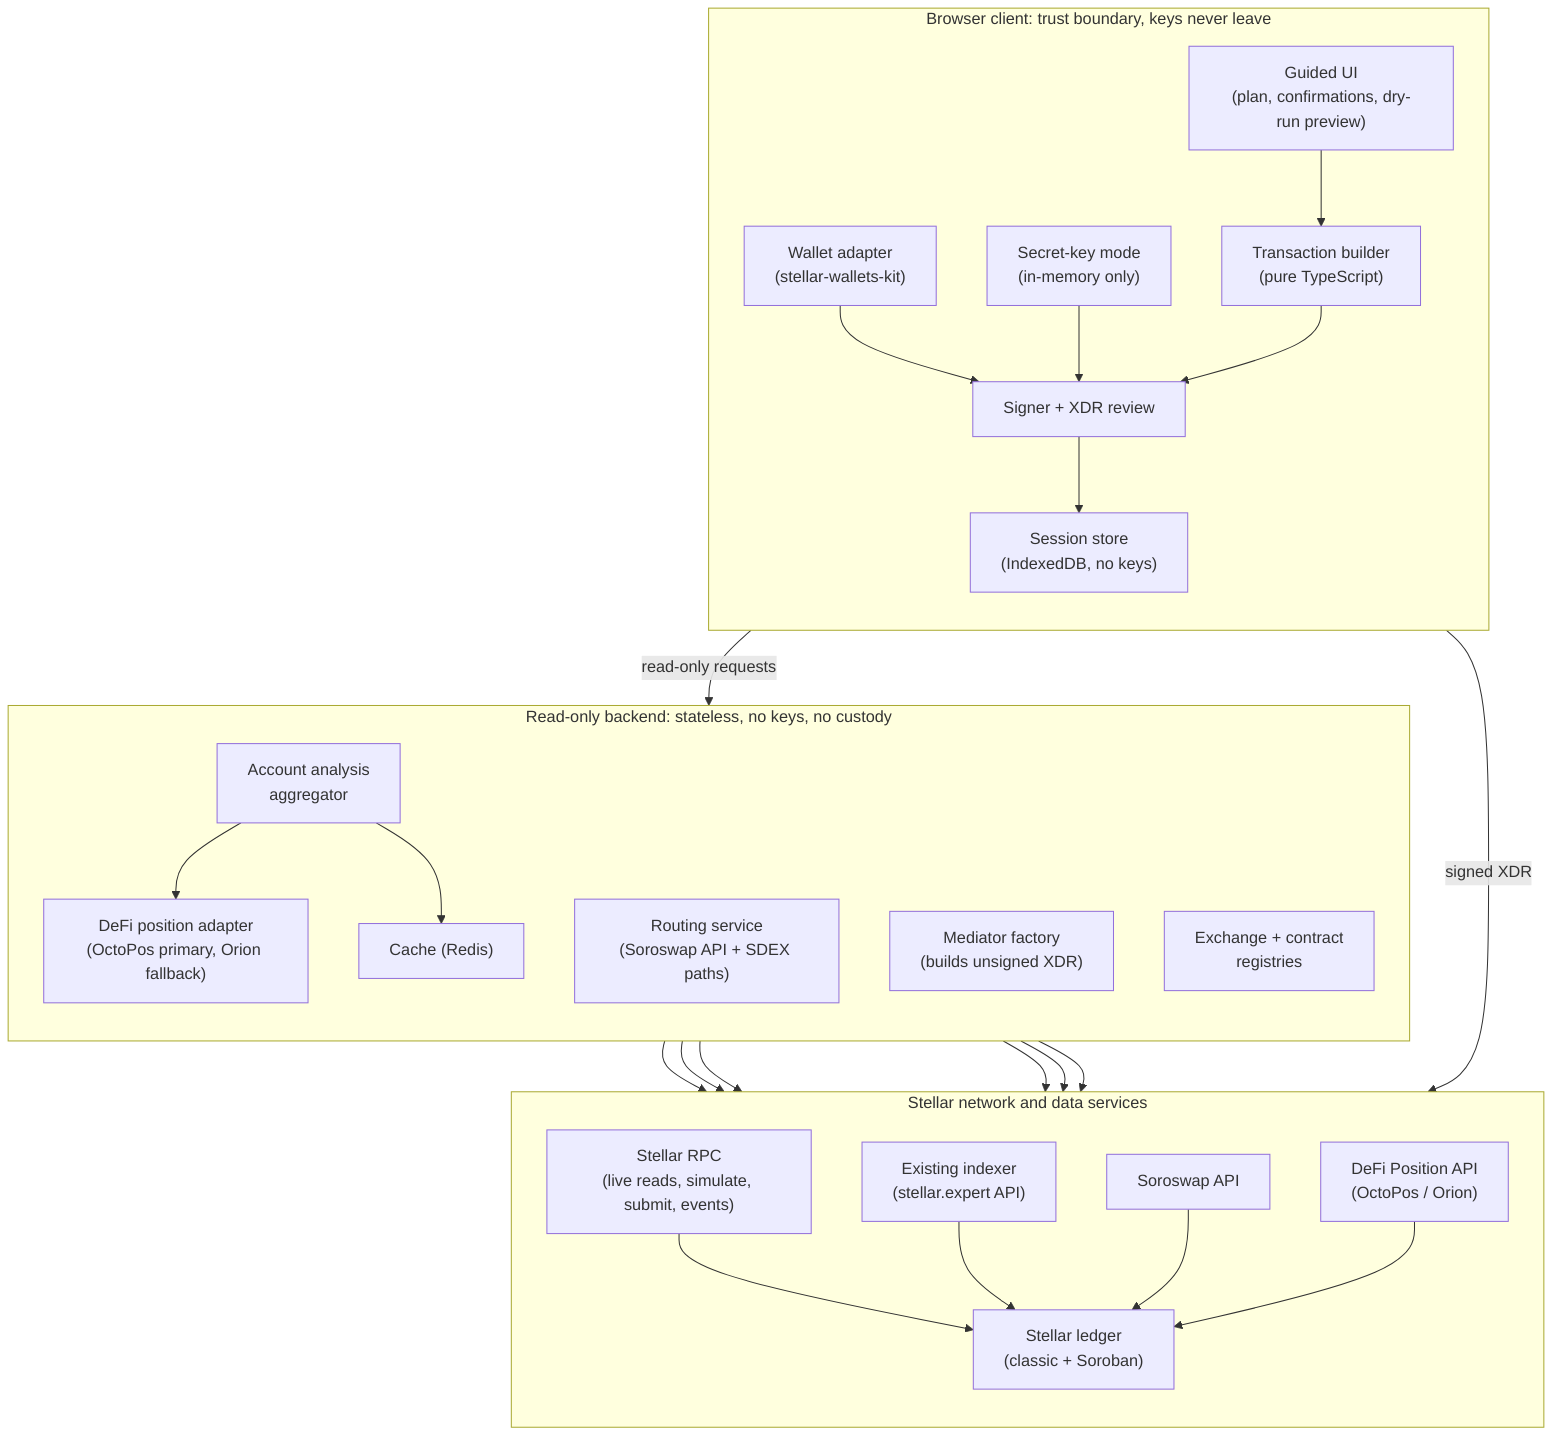
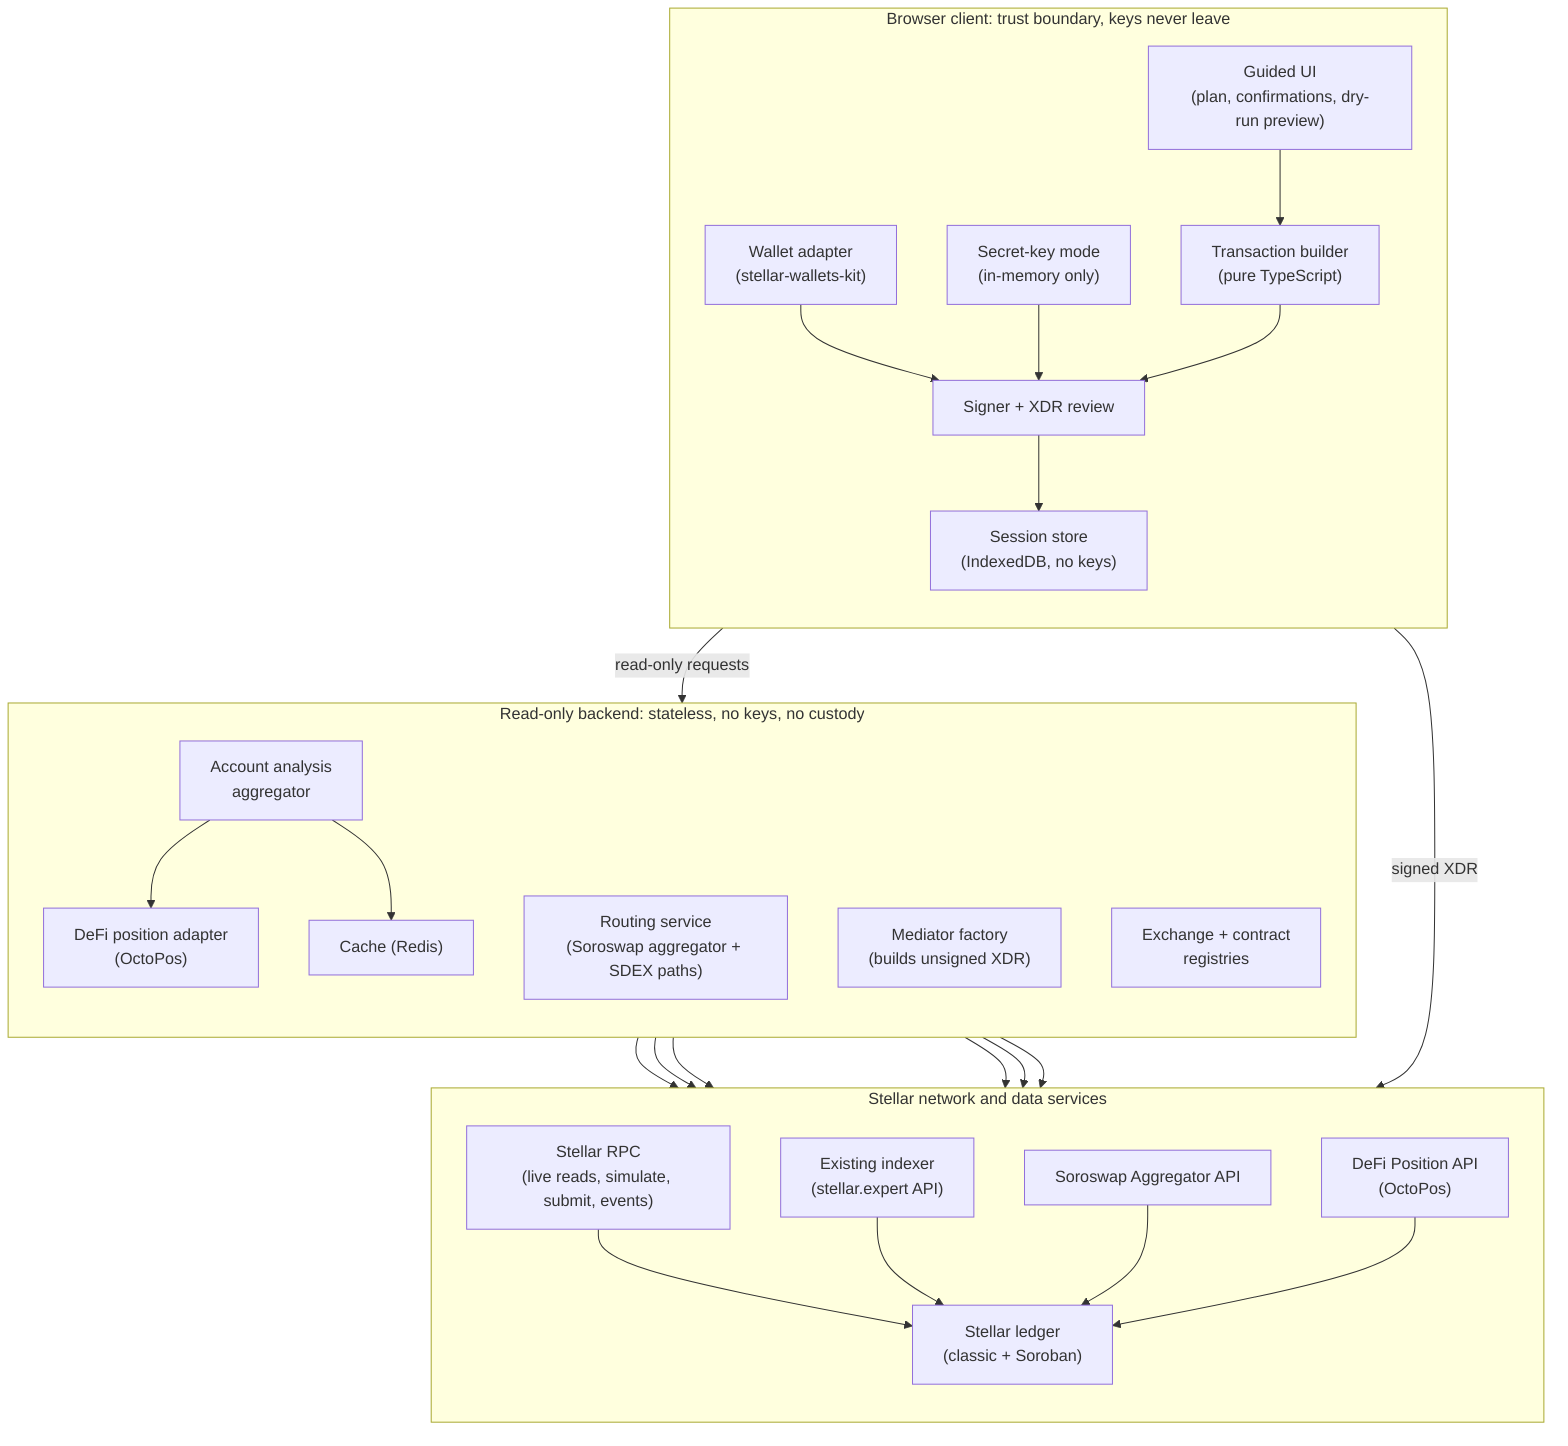
flowchart TB
    subgraph client["Browser client: trust boundary, keys never leave"]
        direction TB
        ui["Guided UI<br/>(plan, confirmations, dry-run preview)"]
        wk["Wallet adapter<br/>(stellar-wallets-kit)"]
        sk["Secret-key mode<br/>(in-memory only)"]
        builder["Transaction builder<br/>(pure TypeScript)"]
        signer["Signer + XDR review"]
        sess["Session store<br/>(IndexedDB, no keys)"]
    end

    subgraph backend["Read-only backend: stateless, no keys, no custody"]
        direction TB
        analysis["Account analysis<br/>aggregator"]
-         defi["DeFi position adapter<br/>(OctoPos primary, Orion fallback)"]
-         route["Routing service<br/>(Soroswap API + SDEX paths)"]
+         defi["DeFi position adapter<br/>(OctoPos)"]
+         route["Routing service<br/>(Soroswap aggregator + SDEX paths)"]
        med["Mediator factory<br/>(builds unsigned XDR)"]
        reg["Exchange + contract<br/>registries"]
        cache["Cache (Redis)"]
    end

    subgraph data["Stellar network and data services"]
        direction TB
        rpc["Stellar RPC<br/>(live reads, simulate, submit, events)"]
        idx["Existing indexer<br/>(stellar.expert API)"]
-         soro["Soroswap API"]
-         pos["DeFi Position API<br/>(OctoPos / Orion)"]
+         soro["Soroswap Aggregator API"]
+         pos["DeFi Position API<br/>(OctoPos)"]
        net["Stellar ledger<br/>(classic + Soroban)"]
    end

    ui --> builder
    wk --> signer
    sk --> signer
    builder --> signer
    signer -->|"signed XDR"| rpc
    signer --> sess

    ui -->|"read-only requests"| analysis
    analysis --> idx
    analysis --> rpc
    analysis --> defi
    defi --> pos
    route --> soro
    route --> idx
    med --> rpc
    analysis --> cache

    rpc --> net
    idx --> net
    soro --> net
    pos --> net
